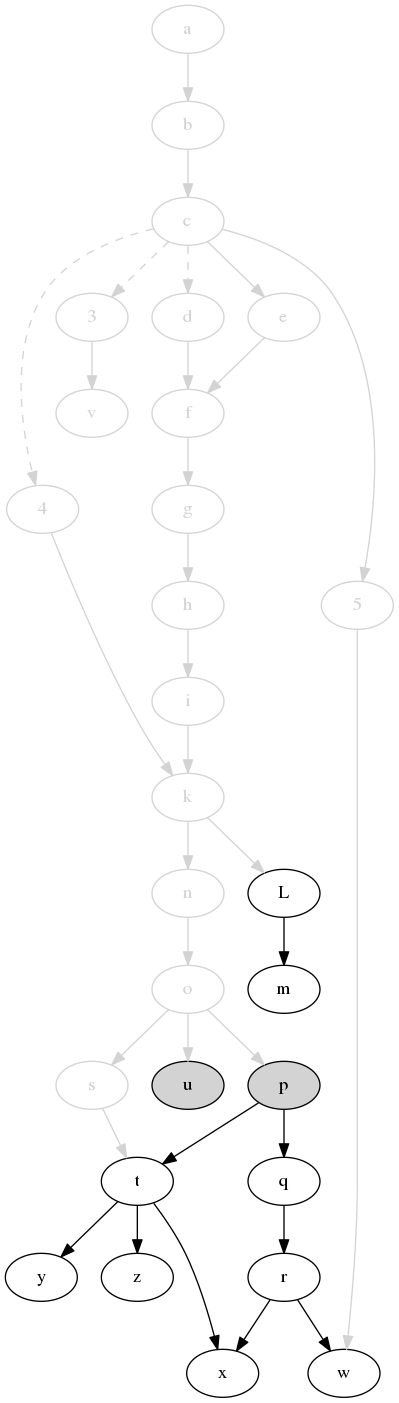
Above: svm-startup-deps.png in jdmpapin/svm-startup-deps (Graphviz), before the change. Its source is kept beside it as svm-startup-deps.dot.
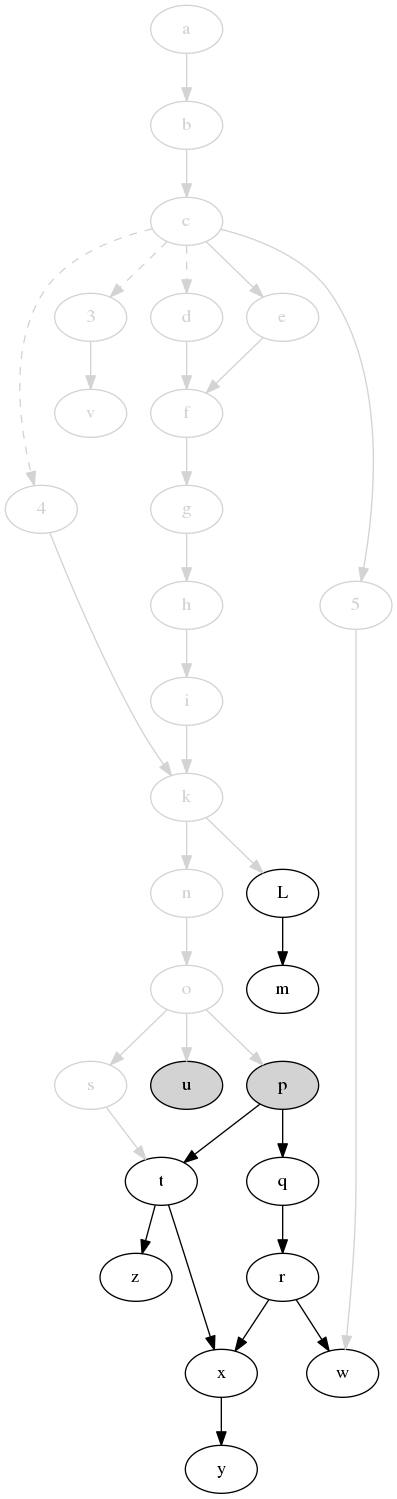
Above is the later version.

Change to the diagram source:
```diff
@@ -59,6 +59,6 @@
     r -> w;
     t -> x;
     r -> x;
-    t -> y;
+    x -> y;
     t -> z;
 }
```
